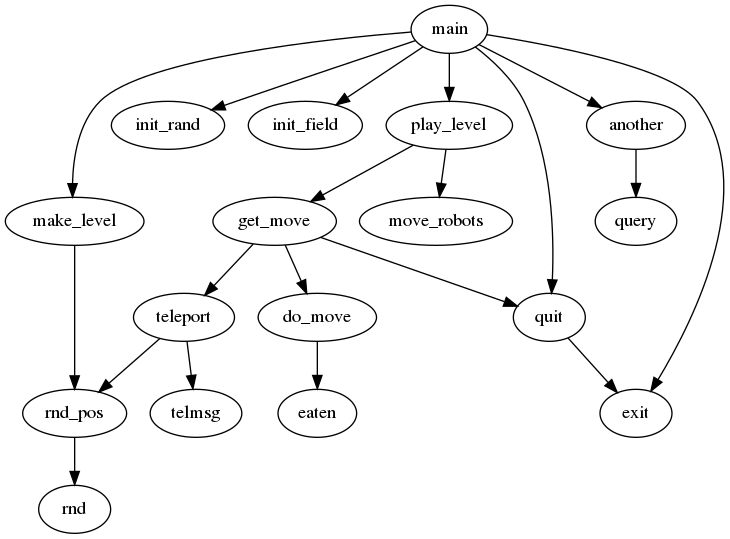
fromjavatohaskell/hrobots keeps this Graphviz diagram as doc/call_graph.png. Above is the earlier version. Its source is kept beside it as doc/call_graph.dot.
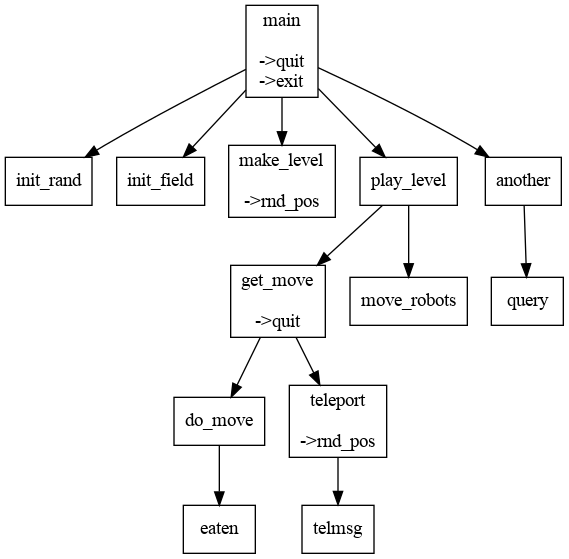
Above is the later version.

Commit message:
update call graph diagram

Change to the diagram source:
```diff
@@ -1,21 +1,30 @@
 digraph G {
-main -> exit
-main -> init_rand
-main -> init_field
-main -> make_level
-main -> play_level
-main -> another
-main -> quit
-quit -> exit
-another -> query
-make_level -> rnd_pos
-get_move -> do_move
-get_move -> quit
-get_move -> teleport
-do_move -> eaten
-teleport -> rnd_pos
-teleport -> telmsg
-play_level -> get_move
-play_level -> move_robots
-rnd_pos -> rnd
+
+  main [shape=box, label="main\n\n->quit\n->exit"]
+  init_rand [shape=box]
+  init_field [shape=box]
+  make_level [shape=box, label="make_level\n\n->rnd_pos"]
+  play_level [shape=box]
+  another [shape=box]
+  get_move [shape=box]
+  move_robots [shape=box]
+  query [shape=box]
+  do_move [shape=box]
+  teleport [shape=box, label="teleport\n\n->rnd_pos"]
+  get_move [shape=box, label="get_move\n\n->quit"]
+  telmsg [shape=box]
+  eaten [shape=box]
+
+  main -> init_rand
+  main -> init_field
+  main -> make_level
+  main -> play_level
+  main -> another
+  another -> query
+  get_move -> do_move
+  get_move -> teleport
+  do_move -> eaten
+  teleport -> telmsg
+  play_level -> get_move
+  play_level -> move_robots
 }
```
